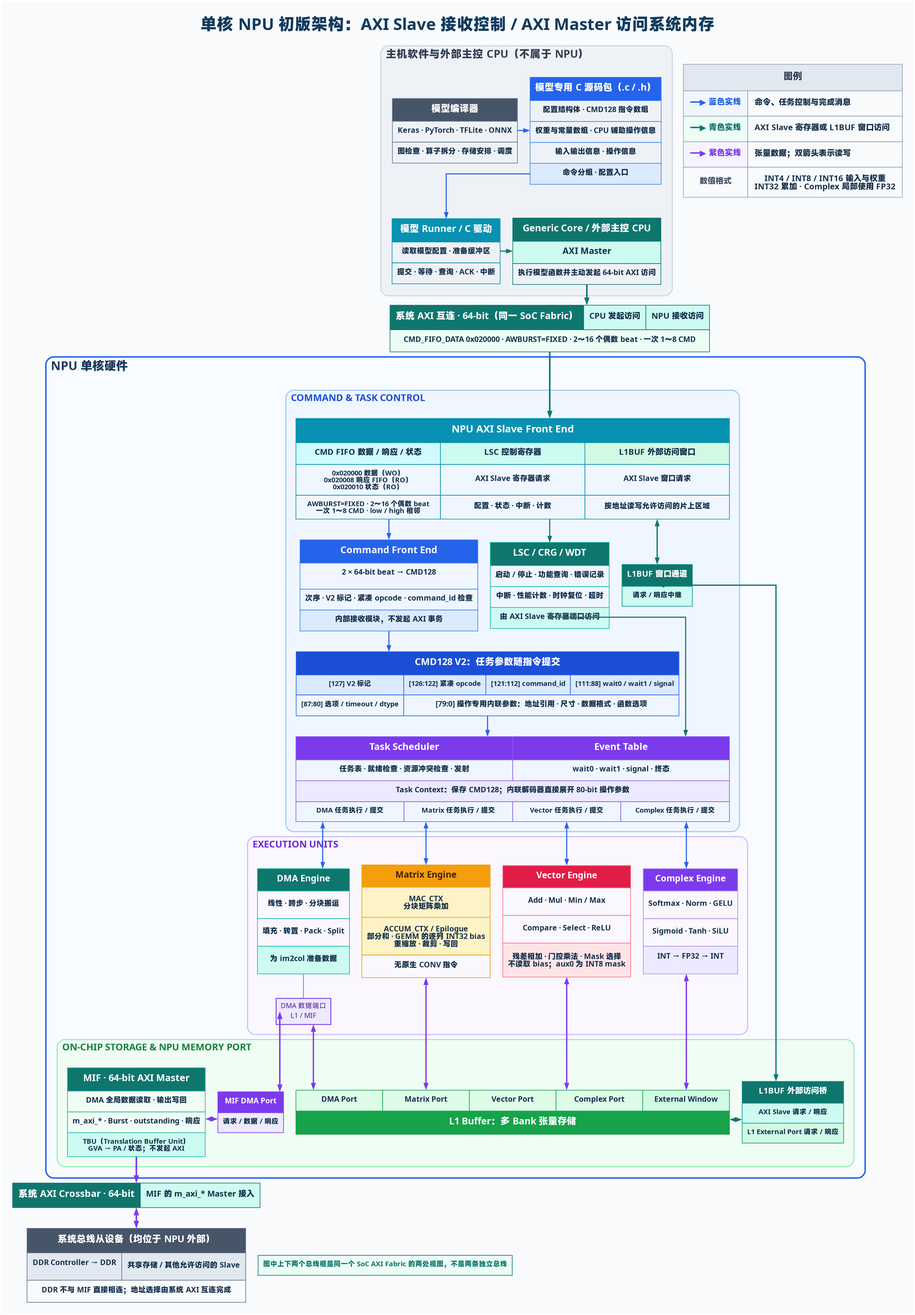
This is NPU/assets/npu_single_core_architecture_ppt.png from Little-W/Obsidian, a Graphviz export, as it was before one commit. Its source is kept beside it as NPU/assets/npu_single_core_architecture_ppt.dot.
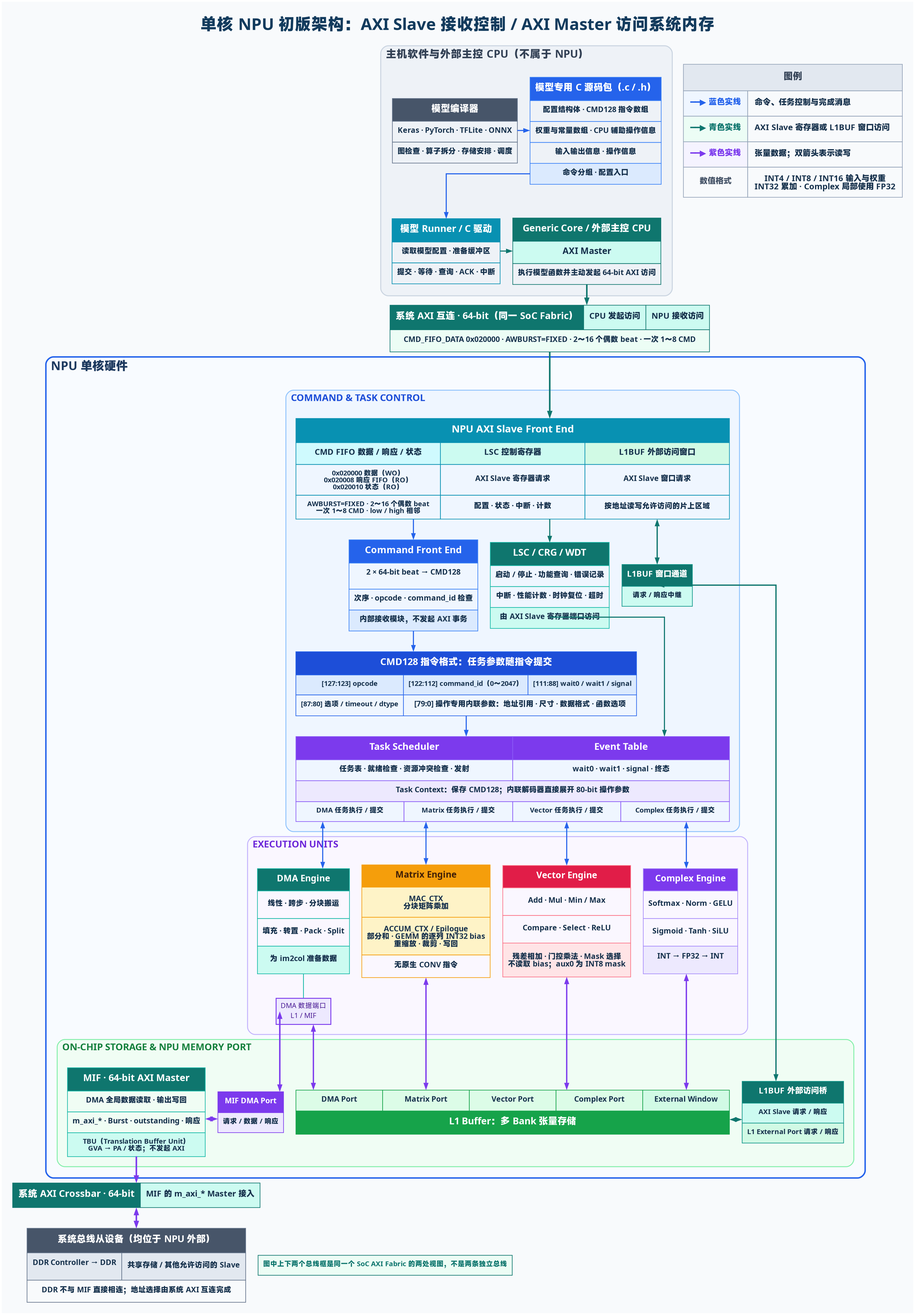
After the change.

What changed in the source:
```diff
@@ -222,21 +222,20 @@
           <TABLE BORDER="0" CELLBORDER="1" CELLSPACING="0" CELLPADDING="7" COLOR="#3B82F6">
             <TR><TD BGCOLOR="#2563EB" VALIGN="MIDDLE"><FONT FACE="Microsoft YaHei" COLOR="#FFFFFF" POINT-SIZE="15"><B>Command Front End</B></FONT></TD></TR>
             <TR><TD VALIGN="MIDDLE"><FONT FACE="Microsoft YaHei" POINT-SIZE="12"><B>2 × 64-bit beat → CMD128</B></FONT></TD></TR>
-            <TR><TD VALIGN="MIDDLE"><FONT FACE="Microsoft YaHei" POINT-SIZE="12"><B>次序 · V2 标记 · 紧凑 opcode · command_id 检查</B></FONT></TD></TR>
+            <TR><TD VALIGN="MIDDLE"><FONT FACE="Microsoft YaHei" POINT-SIZE="12"><B>次序 · opcode · command_id 检查</B></FONT></TD></TR>
             <TR><TD BGCOLOR="#DBEAFE" VALIGN="MIDDLE"><FONT FACE="Microsoft YaHei" POINT-SIZE="12"><B>内部接收模块，不发起 AXI 事务</B></FONT></TD></TR>
           </TABLE>
         >
       ];
 
-      cmd_v2 [
+      cmd_format [
         shape=plain,
         label=<
           <TABLE BORDER="0" CELLBORDER="1" CELLSPACING="0" CELLPADDING="7" COLOR="#2563EB">
-            <TR><TD COLSPAN="4" BGCOLOR="#1D4ED8" VALIGN="MIDDLE"><FONT FACE="Microsoft YaHei" COLOR="#FFFFFF" POINT-SIZE="15"><B>CMD128 V2：任务参数随指令提交</B></FONT></TD></TR>
+            <TR><TD COLSPAN="4" BGCOLOR="#1D4ED8" VALIGN="MIDDLE"><FONT FACE="Microsoft YaHei" COLOR="#FFFFFF" POINT-SIZE="15"><B>CMD128 指令格式：任务参数随指令提交</B></FONT></TD></TR>
             <TR>
-              <TD BGCOLOR="#DBEAFE" VALIGN="MIDDLE"><FONT FACE="Microsoft YaHei" POINT-SIZE="11"><B>[127] V2 标记</B></FONT></TD>
-              <TD BGCOLOR="#DBEAFE" VALIGN="MIDDLE"><FONT FACE="Microsoft YaHei" POINT-SIZE="11"><B>[126:122] 紧凑 opcode</B></FONT></TD>
-              <TD BGCOLOR="#DBEAFE" VALIGN="MIDDLE"><FONT FACE="Microsoft YaHei" POINT-SIZE="11"><B>[121:112] command_id</B></FONT></TD>
+              <TD COLSPAN="2" BGCOLOR="#DBEAFE" VALIGN="MIDDLE"><FONT FACE="Microsoft YaHei" POINT-SIZE="11"><B>[127:123] opcode</B></FONT></TD>
+              <TD BGCOLOR="#DBEAFE" VALIGN="MIDDLE"><FONT FACE="Microsoft YaHei" POINT-SIZE="11"><B>[122:112] command_id（0～2047）</B></FONT></TD>
               <TD BGCOLOR="#DBEAFE" VALIGN="MIDDLE"><FONT FACE="Microsoft YaHei" POINT-SIZE="11"><B>[111:88] wait0 / wait1 / signal</B></FONT></TD>
             </TR>
             <TR>
@@ -314,11 +313,11 @@
         arrowtail=normal,
         penwidth=2.0
       ];
-      cfe:s -> cmd_v2:n [
+      cfe:s -> cmd_format:n [
         color="#2563EB",
         style=solid
       ];
-      cmd_v2:s -> scheduler:n [
+      cmd_format:s -> scheduler:n [
         color="#2563EB",
         style=solid
       ];
```
